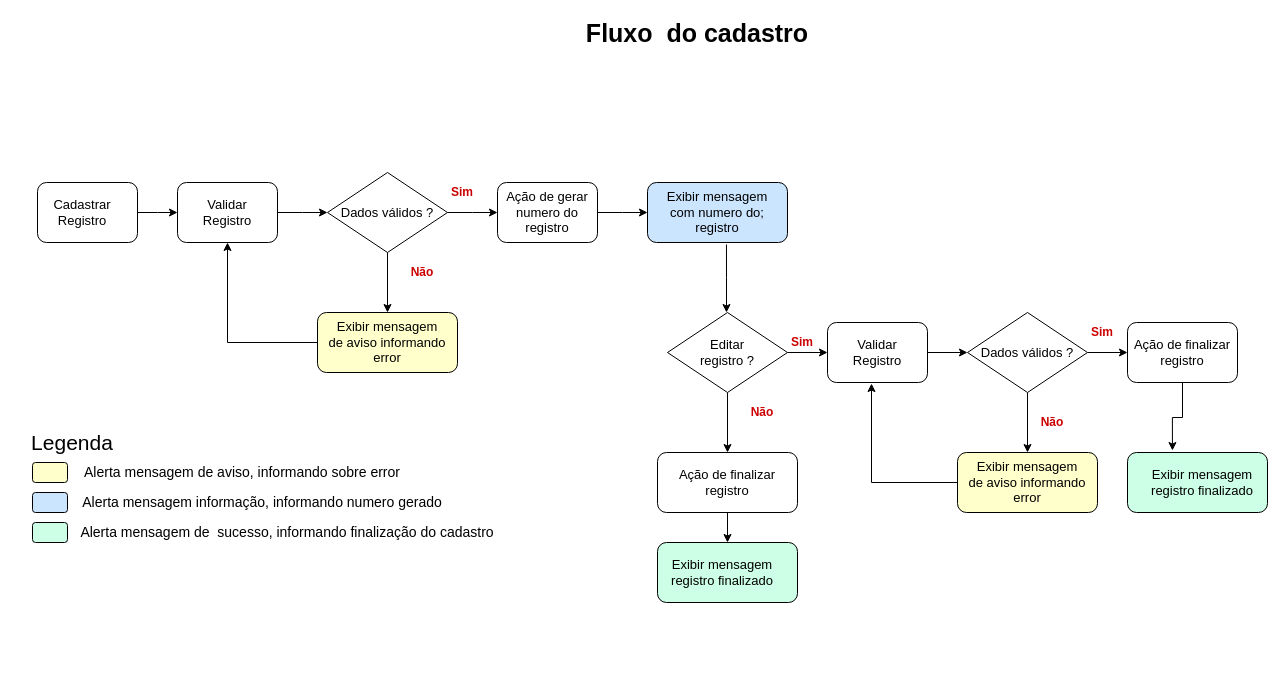
Rafaela-Fernandes/calculo-esmalte keeps this draw.io diagram as page "Page-2" (2 of 3) of Untitled Diagram.drawio. Above is the earlier version. Source tidied: cells renumbered, new cells numbered last; positions are measured from the earlier drawing's top-left corner, leaving out a move shared by most shapes. Both pictures are drawn from the tidied source at 100%, with x=0, y=0 at pixel (17, 22).
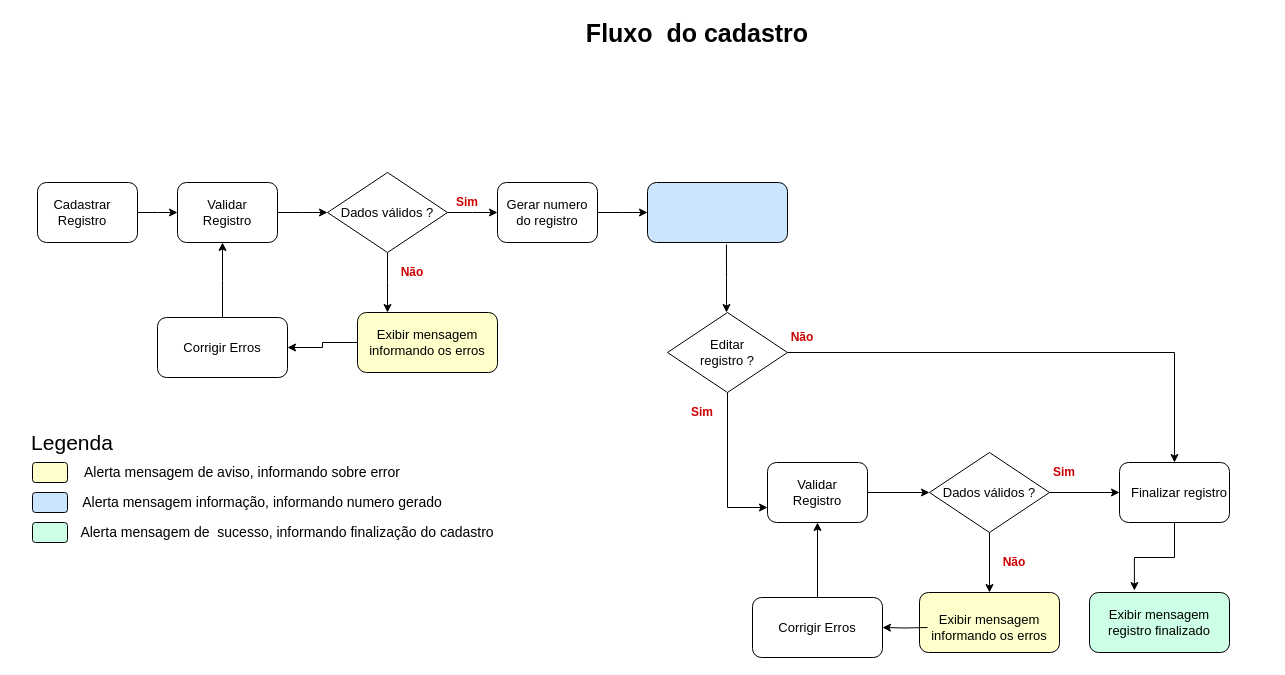
The same diagram, later.

The change refers to these unchanged cells:
```xml
<mxCell id="5" style="rhombus;whiteSpace=wrap;html=1;labelBackgroundColor=#D4E1F5;fontSize=16;fontColor=#000000;align=center;" parent="1" vertex="1">
  <mxGeometry x="310" y="150" width="120" height="80" as="geometry" />
</mxCell>
<mxCell id="7" style="rounded=1;whiteSpace=wrap;html=1;fontSize=16;fontColor=#000000;align=center;labelBackgroundColor=#D4E1F5;" parent="1" vertex="1">
  <mxGeometry x="160" y="160" width="100" height="60" as="geometry" />
</mxCell>
<mxCell id="18" style="rhombus;whiteSpace=wrap;html=1;labelBackgroundColor=#D4E1F5;fontSize=16;fontColor=#000000;align=center;" parent="1" vertex="1">
  <mxGeometry x="650" y="290" width="120" height="80" as="geometry" />
</mxCell>
```

What changed in the source:
```diff
@@
-    <mxCell id="4" style="edgeStyle=orthogonalEdgeStyle;rounded=0;jettySize=auto;html=1;exitX=0.5;exitY=1;exitDx=0;exitDy=0;entryX=0.5;entryY=0;entryDx=0;entryDy=0;fontSize=16;fontColor=#000000;" parent="1" edge="1" source="5" target="9">
-      <mxGeometry relative="1" as="geometry" />
+    <mxCell id="4" style="edgeStyle=orthogonalEdgeStyle;rounded=0;jettySize=auto;html=1;exitX=0.5;exitY=1;exitDx=0;exitDy=0;entryX=0.5;entryY=0;entryDx=0;entryDy=0;fontSize=16;fontColor=#000000;" parent="1" edge="1" source="5">
+      <mxGeometry relative="1" as="geometry">
+        <mxPoint x="370" y="290" as="targetPoint" />
+      </mxGeometry>
     </mxCell>
@@
-    <mxCell id="8" style="edgeStyle=orthogonalEdgeStyle;rounded=0;jettySize=auto;html=1;exitX=0;exitY=0.5;exitDx=0;exitDy=0;entryX=0.5;entryY=1;entryDx=0;entryDy=0;fontSize=12;fontColor=#CC0000;" parent="1" edge="1" source="9" target="7">
-      <mxGeometry relative="1" as="geometry" />
-    </mxCell>
-    <mxCell id="9" style="rounded=1;whiteSpace=wrap;html=1;fontSize=16;fontColor=#000000;align=center;labelBackgroundColor=#D4E1F5;fillColor=#FFFFCC;" parent="1" vertex="1">
-      <mxGeometry x="300" y="290" width="140" height="60" as="geometry" />
-    </mxCell>
@@
-    <mxCell id="12" value="Exibir mensagem de aviso informando error" style="text;strokeColor=none;fillColor=none;align=center;verticalAlign=middle;rounded=0;labelBackgroundColor=none;fontSize=13;fontColor=#000000;whiteSpace=wrap;" parent="1" vertex="1">
-      <mxGeometry x="310" y="310" width="120" height="20" as="geometry" />
-    </mxCell>
     <mxCell id="13" value="Não" style="text;strokeColor=none;fillColor=none;align=center;verticalAlign=middle;rounded=0;labelBackgroundColor=none;fontSize=12;whiteSpace=wrap;fontStyle=1;fontColor=#CC0000;" parent="1" vertex="1">
-      <mxGeometry x="370" y="240" width="70" height="20" as="geometry" />
+      <mxGeometry x="360" y="240" width="70" height="20" as="geometry" />
     </mxCell>
@@
-    <mxCell id="16" style="edgeStyle=orthogonalEdgeStyle;rounded=0;jettySize=auto;html=1;exitX=0.5;exitY=1;exitDx=0;exitDy=0;entryX=0.5;entryY=0;entryDx=0;entryDy=0;fontSize=12;fontColor=#CC0000;" parent="1" edge="1" source="18" target="23">
-      <mxGeometry relative="1" as="geometry" />
-    </mxCell>
-    <mxCell id="17" style="edgeStyle=orthogonalEdgeStyle;rounded=0;jettySize=auto;html=1;exitX=1;exitY=0.5;exitDx=0;exitDy=0;entryX=0;entryY=0.5;entryDx=0;entryDy=0;fontSize=12;fontColor=#CC0000;" parent="1" edge="1" source="18" target="38">
+    <mxCell id="17" style="edgeStyle=orthogonalEdgeStyle;rounded=0;jettySize=auto;html=1;exitX=0.5;exitY=1;exitDx=0;exitDy=0;entryX=0;entryY=0.75;entryDx=0;entryDy=0;" parent="1" edge="1" source="18" target="38">
       <mxGeometry relative="1" as="geometry" />
     </mxCell>
@@
-    <mxCell id="21" value="Exibir mensagem&#10;com numero do;&#10;registro" style="text;strokeColor=none;fillColor=none;align=center;verticalAlign=middle;rounded=0;labelBackgroundColor=none;fontSize=13;fontColor=#000000;whiteSpace=wrap;" parent="1" vertex="1">
-      <mxGeometry x="635" y="170" width="130" height="40" as="geometry" />
-    </mxCell>
-    <mxCell id="22" style="edgeStyle=orthogonalEdgeStyle;rounded=0;jettySize=auto;html=1;exitX=0.5;exitY=1;exitDx=0;exitDy=0;entryX=0.5;entryY=0;entryDx=0;entryDy=0;fontSize=12;fontColor=#CC0000;" parent="1" edge="1" source="23" target="35">
-      <mxGeometry relative="1" as="geometry" />
-    </mxCell>
-    <mxCell id="23" style="rounded=1;whiteSpace=wrap;html=1;fontSize=16;align=center;labelBackgroundColor=#D4E1F5;" parent="1" vertex="1">
-      <mxGeometry x="640" y="430" width="140" height="60" as="geometry" />
-    </mxCell>
@@
-    <mxCell id="25" value="Ação de finalizar registro" style="text;strokeColor=none;fillColor=none;align=center;verticalAlign=middle;rounded=0;labelBackgroundColor=none;fontSize=13;fontColor=#000000;whiteSpace=wrap;" parent="1" vertex="1">
-      <mxGeometry x="650" y="450" width="120" height="20" as="geometry" />
-    </mxCell>
     <mxCell id="26" value="Sim" style="text;strokeColor=none;fillColor=none;align=center;verticalAlign=middle;rounded=0;labelBackgroundColor=none;fontSize=12;whiteSpace=wrap;fontStyle=1;fontColor=#CC0000;" parent="1" vertex="1">
-      <mxGeometry x="410" y="160" width="70" height="20" as="geometry" />
+      <mxGeometry x="415" y="170" width="70" height="20" as="geometry" />
     </mxCell>
     <mxCell id="27" value="Não" style="text;strokeColor=none;fillColor=none;align=center;verticalAlign=middle;rounded=0;labelBackgroundColor=none;fontSize=12;whiteSpace=wrap;fontStyle=1;fontColor=#CC0000;" parent="1" vertex="1">
-      <mxGeometry x="1000" y="390" width="70" height="20" as="geometry" />
+      <mxGeometry x="962" y="530" width="70" height="20" as="geometry" />
     </mxCell>
@@
-    <mxCell id="30" value="Ação de gerar numero do registro" style="text;strokeColor=none;fillColor=none;align=center;verticalAlign=middle;rounded=0;labelBackgroundColor=none;fontSize=13;fontColor=#000000;whiteSpace=wrap;" parent="1" vertex="1">
+    <mxCell id="30" value="Gerar numero do registro" style="text;strokeColor=none;fillColor=none;align=center;verticalAlign=middle;rounded=0;labelBackgroundColor=none;fontSize=13;fontColor=#000000;whiteSpace=wrap;" parent="1" vertex="1">
       <mxGeometry x="485" y="180" width="90" height="20" as="geometry" />
     </mxCell>
@@
+    <mxCell id="61" style="edgeStyle=orthogonalEdgeStyle;rounded=0;jettySize=auto;html=1;entryX=0.5;entryY=0;entryDx=0;entryDy=0;exitX=1;exitY=0.5;exitDx=0;exitDy=0;" parent="1" edge="1" source="18" target="47">
+      <mxGeometry relative="1" as="geometry" />
+    </mxCell>
@@
     <mxCell id="33" value="Sim" style="text;strokeColor=none;fillColor=none;align=center;verticalAlign=middle;rounded=0;labelBackgroundColor=none;fontSize=12;whiteSpace=wrap;fontStyle=1;fontColor=#CC0000;" parent="1" vertex="1">
-      <mxGeometry x="750" y="310" width="70" height="20" as="geometry" />
+      <mxGeometry x="650" y="380" width="70" height="20" as="geometry" />
     </mxCell>
     <mxCell id="34" value="Não" style="text;strokeColor=none;fillColor=none;align=center;verticalAlign=middle;rounded=0;labelBackgroundColor=none;fontSize=12;whiteSpace=wrap;fontStyle=1;fontColor=#CC0000;" parent="1" vertex="1">
-      <mxGeometry x="710" y="380" width="70" height="20" as="geometry" />
+      <mxGeometry x="750" y="305" width="70" height="20" as="geometry" />
     </mxCell>
-    <mxCell id="35" style="rounded=1;whiteSpace=wrap;html=1;fontSize=16;fontColor=#000000;align=center;labelBackgroundColor=#D4E1F5;fillColor=#CCFFE6;" parent="1" vertex="1">
-      <mxGeometry x="640" y="520" width="140" height="60" as="geometry" />
-    </mxCell>
-    <mxCell id="36" value="Exibir mensagem&#10;registro finalizado" style="text;strokeColor=none;fillColor=none;align=center;verticalAlign=middle;rounded=0;labelBackgroundColor=none;fontSize=13;fontColor=#000000;whiteSpace=wrap;" parent="1" vertex="1">
-      <mxGeometry x="640" y="530" width="130" height="40" as="geometry" />
-    </mxCell>
@@
     <mxCell id="38" style="rounded=1;whiteSpace=wrap;html=1;fontSize=16;fontColor=#000000;align=center;labelBackgroundColor=#D4E1F5;" parent="1" vertex="1">
-      <mxGeometry x="810" y="300" width="100" height="60" as="geometry" />
+      <mxGeometry x="750" y="440" width="100" height="60" as="geometry" />
     </mxCell>
     <mxCell id="39" value="Validar Registro" style="text;strokeColor=none;fillColor=none;align=center;verticalAlign=middle;rounded=0;labelBackgroundColor=none;fontSize=13;fontColor=#000000;whiteSpace=wrap;" parent="1" vertex="1">
-      <mxGeometry x="820" y="320" width="80" height="20" as="geometry" />
+      <mxGeometry x="760" y="460" width="80" height="20" as="geometry" />
     </mxCell>
@@
     <mxCell id="42" style="rhombus;whiteSpace=wrap;html=1;labelBackgroundColor=#D4E1F5;fontSize=16;fontColor=#000000;align=center;" parent="1" vertex="1">
-      <mxGeometry x="950" y="290" width="120" height="80" as="geometry" />
+      <mxGeometry x="912" y="430" width="120" height="80" as="geometry" />
     </mxCell>
     <mxCell id="43" value="Dados válidos ?" style="text;strokeColor=none;fillColor=none;align=center;verticalAlign=middle;rounded=0;labelBackgroundColor=none;fontSize=13;fontColor=#000000;whiteSpace=wrap;" parent="1" vertex="1">
-      <mxGeometry x="960" y="320" width="100" height="20" as="geometry" />
+      <mxGeometry x="922" y="460" width="100" height="20" as="geometry" />
     </mxCell>
-    <mxCell id="44" style="rounded=1;whiteSpace=wrap;html=1;fontSize=16;fontColor=#000000;align=center;labelBackgroundColor=#D4E1F5;fillColor=#FFFFCC;" parent="1" vertex="1">
-      <mxGeometry x="940" y="430" width="140" height="60" as="geometry" />
-    </mxCell>
-    <mxCell id="45" style="edgeStyle=orthogonalEdgeStyle;rounded=0;jettySize=auto;html=1;entryX=0.44;entryY=1.017;entryDx=0;entryDy=0;entryPerimeter=0;fontSize=12;fontColor=#CC0000;exitX=0;exitY=0.5;exitDx=0;exitDy=0;" parent="1" edge="1" source="44" target="38">
-      <mxGeometry relative="1" as="geometry" />
-    </mxCell>
@@
     <mxCell id="47" style="rounded=1;whiteSpace=wrap;html=1;fontSize=16;align=center;labelBackgroundColor=#D4E1F5;" parent="1" vertex="1">
-      <mxGeometry x="1110" y="300" width="110" height="60" as="geometry" />
+      <mxGeometry x="1102" y="440" width="110" height="60" as="geometry" />
     </mxCell>
-    <mxCell id="48" value="Ação de finalizar registro" style="text;strokeColor=none;fillColor=none;align=center;verticalAlign=middle;rounded=0;labelBackgroundColor=none;fontSize=13;fontColor=#000000;whiteSpace=wrap;" parent="1" vertex="1">
-      <mxGeometry x="1105" y="320" width="120" height="20" as="geometry" />
+    <mxCell id="48" value="Finalizar registro" style="text;strokeColor=none;fillColor=none;align=center;verticalAlign=middle;rounded=0;labelBackgroundColor=none;fontSize=13;fontColor=#000000;whiteSpace=wrap;" parent="1" vertex="1">
+      <mxGeometry x="1102" y="460" width="120" height="20" as="geometry" />
     </mxCell>
     <mxCell id="49" style="rounded=1;whiteSpace=wrap;html=1;fontSize=16;fontColor=#000000;align=center;labelBackgroundColor=#D4E1F5;fillColor=#CCFFE6;" parent="1" vertex="1">
-      <mxGeometry x="1110" y="430" width="140" height="60" as="geometry" />
+      <mxGeometry x="1072" y="570" width="140" height="60" as="geometry" />
     </mxCell>
     <mxCell id="50" value="Exibir mensagem&#10;registro finalizado" style="text;strokeColor=none;fillColor=none;align=center;verticalAlign=middle;rounded=0;labelBackgroundColor=none;fontSize=13;fontColor=#000000;whiteSpace=wrap;" parent="1" vertex="1">
-      <mxGeometry x="1120" y="440" width="130" height="40" as="geometry" />
+      <mxGeometry x="1077" y="580" width="130" height="40" as="geometry" />
     </mxCell>
@@
     <mxCell id="59" value="Sim" style="text;strokeColor=none;fillColor=none;align=center;verticalAlign=middle;rounded=0;labelBackgroundColor=none;fontSize=12;whiteSpace=wrap;fontStyle=1;fontColor=#CC0000;" parent="1" vertex="1">
-      <mxGeometry x="1050" y="300" width="70" height="20" as="geometry" />
+      <mxGeometry x="1012" y="440" width="70" height="20" as="geometry" />
     </mxCell>
+    <mxCell id="62" style="edgeStyle=orthogonalEdgeStyle;rounded=0;jettySize=auto;html=1;exitX=0.5;exitY=0;exitDx=0;exitDy=0;entryX=0.5;entryY=1;entryDx=0;entryDy=0;" parent="1" edge="1" source="64" target="38">
+      <mxGeometry relative="1" as="geometry" />
+    </mxCell>
+    <mxCell id="63" style="group;" parent="1" vertex="1">
+      <mxGeometry x="735" y="570" width="307" height="65" as="geometry" />
+    </mxCell>
+    <mxCell id="44" style="rounded=1;whiteSpace=wrap;html=1;fontSize=16;fontColor=#000000;align=center;labelBackgroundColor=#D4E1F5;fillColor=#FFFFCC;" parent="63" vertex="1">
+      <mxGeometry x="167" width="140" height="60" as="geometry" />
+    </mxCell>
-    <mxCell id="60" value="Exibir mensagem de aviso informando error" style="text;strokeColor=none;fillColor=none;align=center;verticalAlign=middle;rounded=0;labelBackgroundColor=none;fontSize=13;fontColor=#000000;whiteSpace=wrap;" parent="1" vertex="1">
-      <mxGeometry x="950" y="450" width="120" height="20" as="geometry" />
+    <mxCell id="60" value="Exibir mensagem informando os erros" style="text;strokeColor=none;fillColor=none;align=center;verticalAlign=middle;rounded=0;labelBackgroundColor=none;fontSize=13;fontColor=#000000;whiteSpace=wrap;" parent="63" vertex="1">
+      <mxGeometry x="177" y="30" width="120" height="10" as="geometry" />
     </mxCell>
+    <mxCell id="64" style="rounded=1;whiteSpace=wrap;html=1;fontSize=16;fontColor=#000000;align=center;labelBackgroundColor=#D4E1F5;" parent="63" vertex="1">
+      <mxGeometry y="5" width="130" height="60" as="geometry" />
+    </mxCell>
+    <mxCell id="65" style="edgeStyle=orthogonalEdgeStyle;rounded=0;jettySize=auto;html=1;entryX=1;entryY=0.5;entryDx=0;entryDy=0;" parent="63" edge="1" target="64">
+      <mxGeometry relative="1" as="geometry">
+        <mxPoint x="175" y="35" as="sourcePoint" />
+      </mxGeometry>
+    </mxCell>
+    <mxCell id="66" value="Corrigir Erros" style="text;strokeColor=none;fillColor=none;align=center;verticalAlign=middle;rounded=0;labelBackgroundColor=none;fontSize=13;fontColor=#000000;whiteSpace=wrap;" parent="63" vertex="1">
+      <mxGeometry x="20" y="25" width="90" height="20" as="geometry" />
+    </mxCell>
+    <mxCell id="67" style="edgeStyle=orthogonalEdgeStyle;rounded=0;orthogonalLoop=1;jettySize=auto;html=1;exitX=0.5;exitY=1;exitDx=0;exitDy=0;fontSize=13;fontColor=#CC0000;" parent="63" edge="1" source="66" target="66">
+      <mxGeometry relative="1" as="geometry" />
+    </mxCell>
+    <mxCell id="68" style="edgeStyle=orthogonalEdgeStyle;rounded=0;jettySize=auto;html=1;exitX=0.5;exitY=0;exitDx=0;exitDy=0;" parent="1" edge="1" source="72">
+      <mxGeometry relative="1" as="geometry">
+        <mxPoint x="205" y="220" as="targetPoint" />
+      </mxGeometry>
+    </mxCell>
+    <mxCell id="69" style="edgeStyle=orthogonalEdgeStyle;rounded=0;jettySize=auto;html=1;exitX=0;exitY=0.5;exitDx=0;exitDy=0;entryX=1;entryY=0.5;entryDx=0;entryDy=0;" parent="1" edge="1" source="70" target="72">
+      <mxGeometry relative="1" as="geometry" />
+    </mxCell>
+    <mxCell id="70" style="rounded=1;whiteSpace=wrap;html=1;fontSize=16;fontColor=#000000;align=center;labelBackgroundColor=#D4E1F5;fillColor=#FFFFCC;" parent="1" vertex="1">
+      <mxGeometry x="340" y="290" width="140" height="60" as="geometry" />
+    </mxCell>
+    <mxCell id="71" value="Exibir mensagem informando os erros" style="text;strokeColor=none;fillColor=none;align=center;verticalAlign=middle;rounded=0;labelBackgroundColor=none;fontSize=13;fontColor=#000000;whiteSpace=wrap;" parent="1" vertex="1">
+      <mxGeometry x="350" y="315" width="120" height="10" as="geometry" />
+    </mxCell>
+    <mxCell id="72" style="rounded=1;whiteSpace=wrap;html=1;fontSize=16;fontColor=#000000;align=center;labelBackgroundColor=#D4E1F5;" parent="1" vertex="1">
+      <mxGeometry x="140" y="295" width="130" height="60" as="geometry" />
+    </mxCell>
+    <mxCell id="73" value="Corrigir Erros" style="text;strokeColor=none;fillColor=none;align=center;verticalAlign=middle;rounded=0;labelBackgroundColor=none;fontSize=13;fontColor=#000000;whiteSpace=wrap;" parent="1" vertex="1">
+      <mxGeometry x="160" y="315" width="90" height="20" as="geometry" />
+    </mxCell>
+    <mxCell id="74" style="edgeStyle=orthogonalEdgeStyle;rounded=0;orthogonalLoop=1;jettySize=auto;html=1;exitX=0.5;exitY=1;exitDx=0;exitDy=0;fontSize=13;fontColor=#CC0000;" parent="1" edge="1" source="73" target="73">
+      <mxGeometry x="150" y="340" as="geometry" />
+    </mxCell>
```
